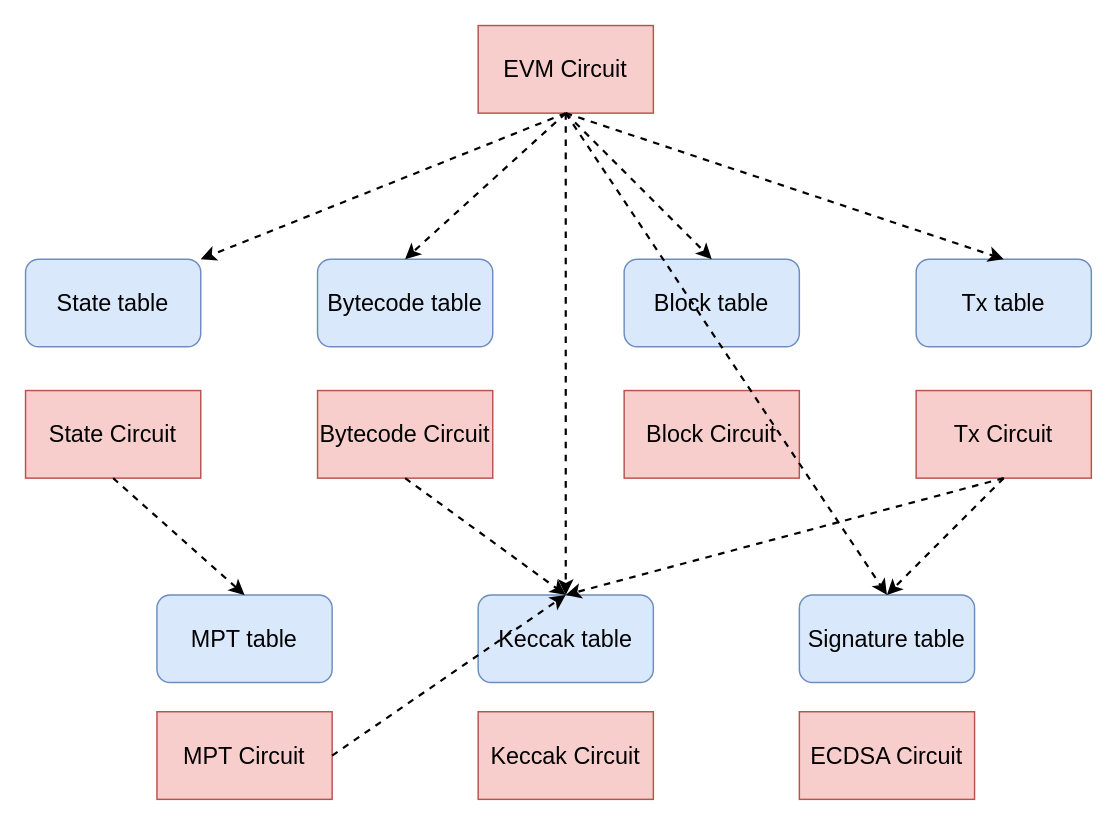
Above: zkevm/doc archi.drawio in 0xyicheng/a-research-diagram (draw.io), before the change. Source tidied: cells renumbered, new cells numbered last; positions are measured from the earlier drawing's top-left corner, leaving out a move shared by most shapes. Both pictures are drawn from the tidied source at 146%, with x=0, y=0 at pixel (25, 25).
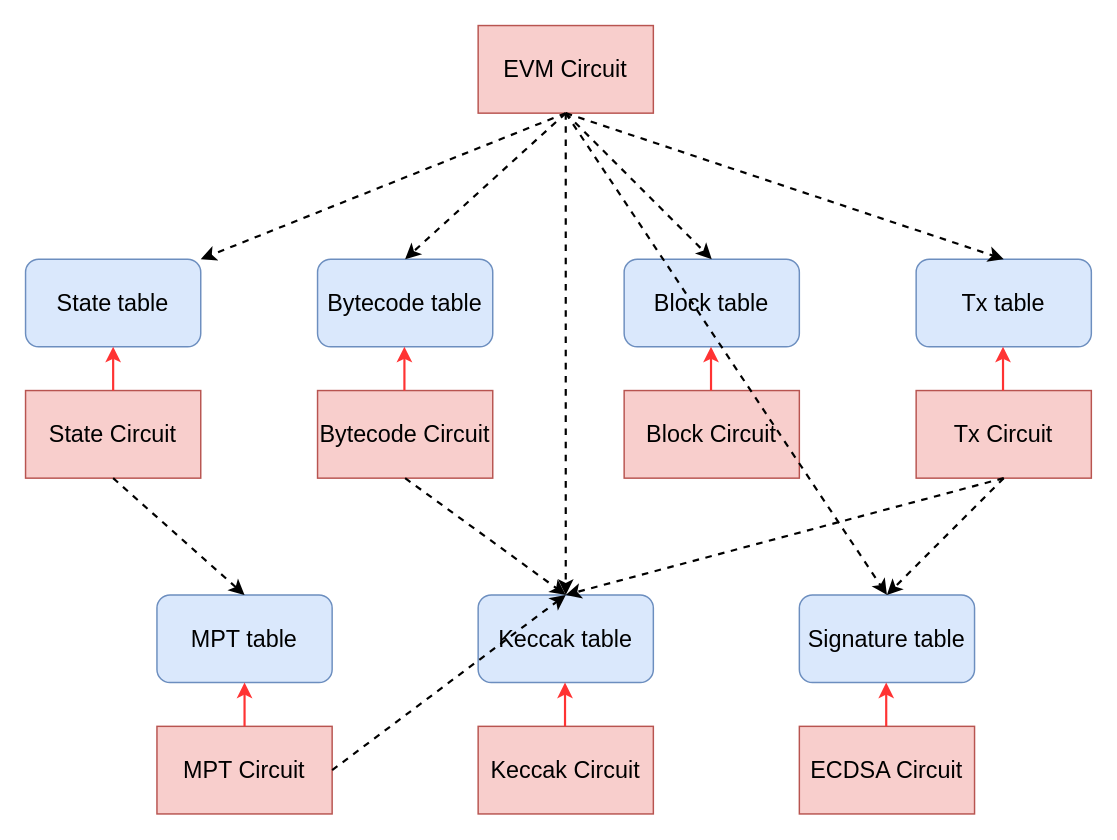
The same page after the edit.

The change refers to these unchanged cells:
```xml
<mxCell id="2" value="&lt;font style=&quot;font-size: 16px;&quot;&gt;State table&lt;/font&gt;" style="rounded=1;whiteSpace=wrap;html=1;fillColor=#dae8fc;strokeColor=#6c8ebf;" parent="1" vertex="1">
  <mxGeometry y="160" width="120" height="60" as="geometry" />
</mxCell>
<mxCell id="8" value="&lt;font style=&quot;font-size: 16px;&quot;&gt;MPT table&lt;/font&gt;" style="rounded=1;whiteSpace=wrap;html=1;fillColor=#dae8fc;strokeColor=#6c8ebf;" parent="1" vertex="1">
  <mxGeometry x="90" y="390" width="120" height="60" as="geometry" />
</mxCell>
<mxCell id="10" value="&lt;span style=&quot;&quot;&gt;State Circuit&lt;/span&gt;" style="rounded=0;whiteSpace=wrap;html=1;fontSize=16;fillColor=#f8cecc;strokeColor=#b85450;" parent="1" vertex="1">
  <mxGeometry y="250" width="120" height="60" as="geometry" />
</mxCell>
```

Diff of the diagram source:
```diff
@@
     <mxCell id="14" value="&lt;span style=&quot;&quot;&gt;ECDSA Circuit&lt;/span&gt;" style="rounded=0;whiteSpace=wrap;html=1;fontSize=16;fillColor=#f8cecc;strokeColor=#b85450;" parent="1" vertex="1">
-      <mxGeometry x="530" y="470" width="120" height="60" as="geometry" />
+      <mxGeometry x="530" y="480" width="120" height="60" as="geometry" />
     </mxCell>
     <mxCell id="15" value="&lt;span style=&quot;&quot;&gt;Keccak Circuit&lt;/span&gt;" style="rounded=0;whiteSpace=wrap;html=1;fontSize=16;fillColor=#f8cecc;strokeColor=#b85450;" parent="1" vertex="1">
-      <mxGeometry x="310" y="470" width="120" height="60" as="geometry" />
+      <mxGeometry x="310" y="480" width="120" height="60" as="geometry" />
     </mxCell>
     <mxCell id="16" value="&lt;span style=&quot;&quot;&gt;MPT Circuit&lt;/span&gt;" style="rounded=0;whiteSpace=wrap;html=1;fontSize=16;fillColor=#f8cecc;strokeColor=#b85450;" parent="1" vertex="1">
-      <mxGeometry x="90" y="470" width="120" height="60" as="geometry" />
+      <mxGeometry x="90" y="480" width="120" height="60" as="geometry" />
     </mxCell>
@@
+    <mxCell id="28" style="endArrow=classic;html=1;rounded=0;fontSize=16;strokeWidth=1.5;exitX=0.5;exitY=0;exitDx=0;exitDy=0;entryX=0.5;entryY=1;entryDx=0;entryDy=0;strokeColor=#FF3333;" parent="1" edge="1" source="10" target="2">
+      <mxGeometry relative="1" as="geometry" />
+    </mxCell>
+    <mxCell id="29" style="endArrow=classic;html=1;rounded=0;fontSize=16;strokeWidth=1.5;exitX=0.5;exitY=0;exitDx=0;exitDy=0;entryX=0.5;entryY=1;entryDx=0;entryDy=0;strokeColor=#FF3333;" parent="1" edge="1">
+      <mxGeometry relative="1" as="geometry">
+        <mxPoint x="259.5" y="250" as="sourcePoint" />
+        <mxPoint x="259.5" y="220" as="targetPoint" />
+      </mxGeometry>
+    </mxCell>
+    <mxCell id="30" style="endArrow=classic;html=1;rounded=0;fontSize=16;strokeWidth=1.5;exitX=0.5;exitY=0;exitDx=0;exitDy=0;entryX=0.5;entryY=1;entryDx=0;entryDy=0;strokeColor=#FF3333;" parent="1" edge="1" source="16" target="8">
+      <mxGeometry relative="1" as="geometry" />
+    </mxCell>
+    <mxCell id="31" style="endArrow=classic;html=1;rounded=0;fontSize=16;strokeWidth=1.5;exitX=0.5;exitY=0;exitDx=0;exitDy=0;entryX=0.5;entryY=1;entryDx=0;entryDy=0;strokeColor=#FF3333;" parent="1" edge="1">
+      <mxGeometry relative="1" as="geometry">
+        <mxPoint x="669.5" y="250" as="sourcePoint" />
+        <mxPoint x="669.5" y="220" as="targetPoint" />
+      </mxGeometry>
+    </mxCell>
+    <mxCell id="32" style="endArrow=classic;html=1;rounded=0;fontSize=16;strokeWidth=1.5;exitX=0.5;exitY=0;exitDx=0;exitDy=0;entryX=0.5;entryY=1;entryDx=0;entryDy=0;strokeColor=#FF3333;" parent="1" edge="1">
+      <mxGeometry relative="1" as="geometry">
+        <mxPoint x="469.5" y="250" as="sourcePoint" />
+        <mxPoint x="469.5" y="220" as="targetPoint" />
+      </mxGeometry>
+    </mxCell>
+    <mxCell id="33" style="endArrow=classic;html=1;rounded=0;fontSize=16;strokeWidth=1.5;exitX=0.5;exitY=0;exitDx=0;exitDy=0;entryX=0.5;entryY=1;entryDx=0;entryDy=0;strokeColor=#FF3333;" parent="1" edge="1">
+      <mxGeometry relative="1" as="geometry">
+        <mxPoint x="369.5" y="480" as="sourcePoint" />
+        <mxPoint x="369.5" y="450" as="targetPoint" />
+      </mxGeometry>
+    </mxCell>
+    <mxCell id="34" style="endArrow=classic;html=1;rounded=0;fontSize=16;strokeWidth=1.5;exitX=0.5;exitY=0;exitDx=0;exitDy=0;entryX=0.5;entryY=1;entryDx=0;entryDy=0;strokeColor=#FF3333;" parent="1" edge="1">
+      <mxGeometry relative="1" as="geometry">
+        <mxPoint x="589.5" y="480" as="sourcePoint" />
+        <mxPoint x="589.5" y="450" as="targetPoint" />
+      </mxGeometry>
+    </mxCell>
```
